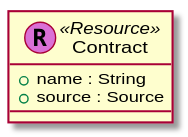
Before: contrib/trufflesuite/data-model/_images/plantuml-a89a4339e96b85d587d922a5230b8246cfbc16e7.svg, a diagram exported from PlantUML (trufflesuite/artifact-updates).
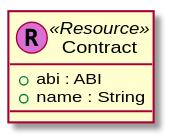
Later version of the same file.

Change to the diagram source:
```diff
@@ -1,14 +1,17 @@
 @startuml
+
+
+
+  class Contract << (R,orchid) Resource >> {
+    + abi : ABI
+    + name : String
+  }
 
 
 
 
 
 
-class Contract << (R,orchid) Resource >> {
-  + name : String
-  + source : Source
-}
 
 
 
```
